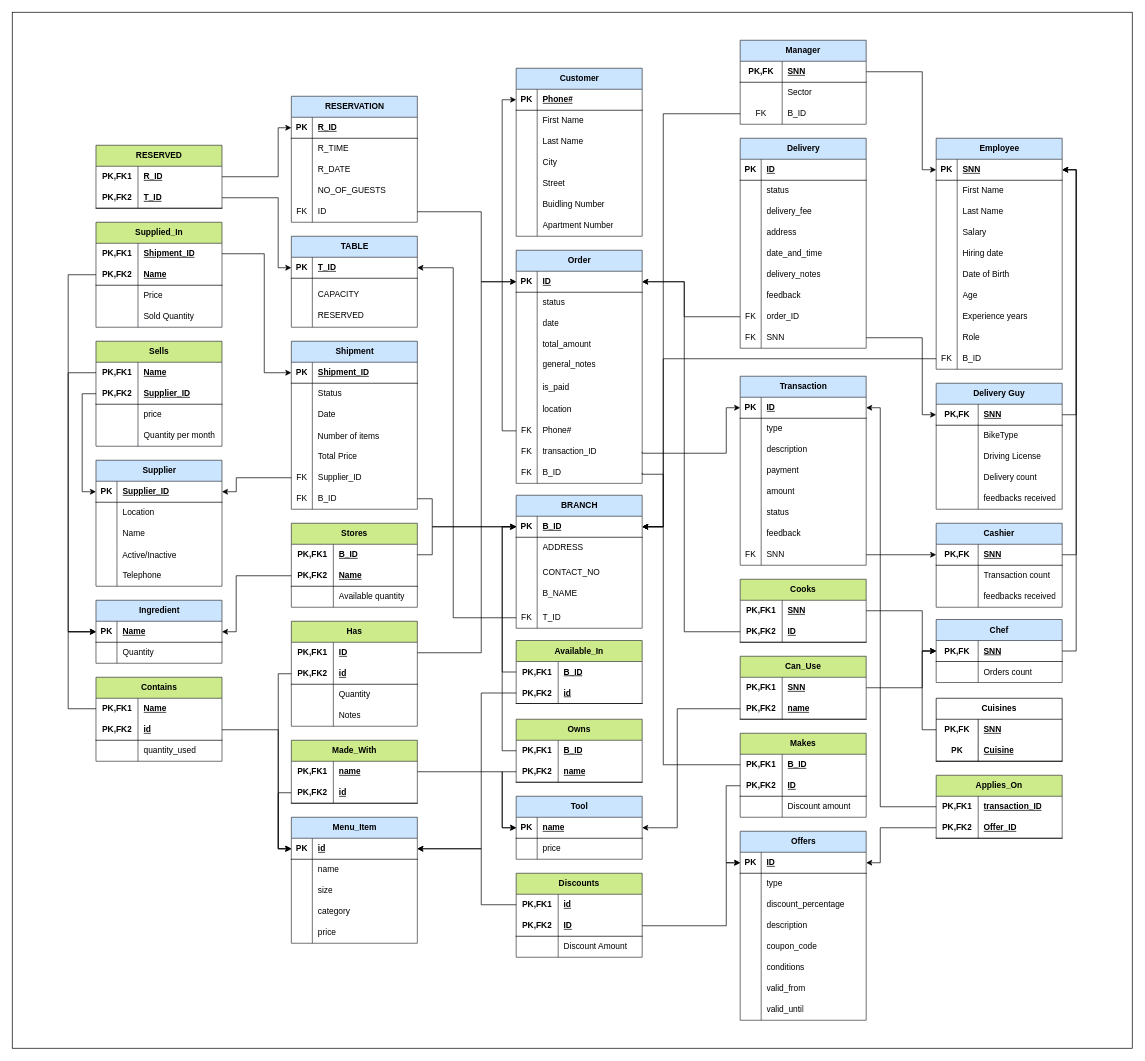
Earlier version of the draw.io diagram relational_model.drawio (Deadreyo/Restaurant-Franchise-SQL-Database). Source tidied: cells renumbered, new cells numbered last; positions are measured from the earlier drawing's top-left corner, leaving out a move shared by most shapes. Both pictures are drawn from the tidied source at 70%, with x=0, y=0 at pixel (12, 12).
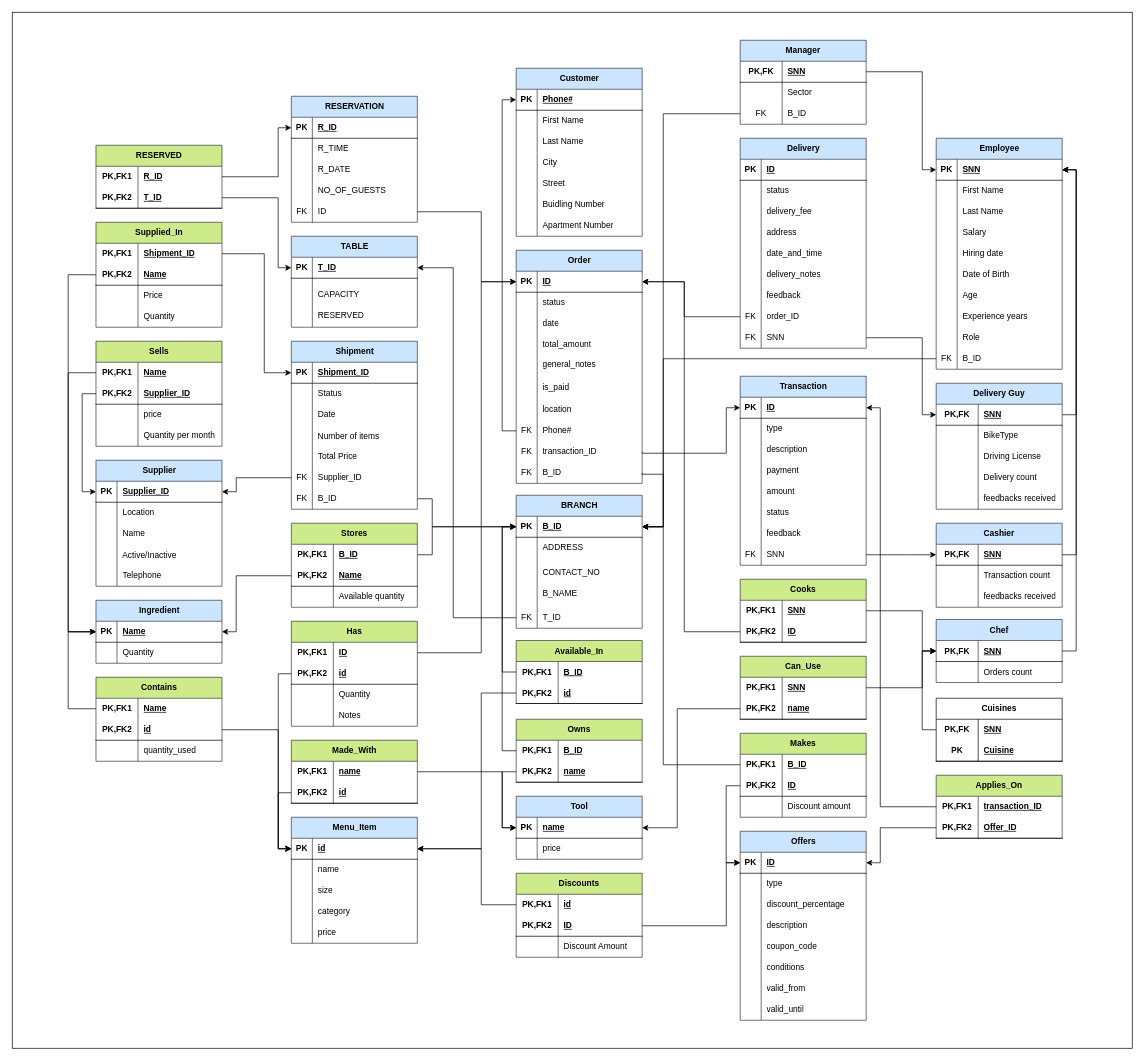
The same diagram, later.

Unchanged cells that the change refers to:
```xml
<mxCell id="44" style="shape=tableRow;horizontal=0;startSize=0;swimlaneHead=0;swimlaneBody=0;fillColor=none;top=0;left=0;right=0;bottom=0;html=1;" parent="34" vertex="1">
  <mxGeometry y="120" width="180" height="30" as="geometry" />
</mxCell>
```

Change to the diagram source:
```diff
@@
-    <mxCell id="46" value="Sold Quantity" style="shape=partialRectangle;fillColor=none;top=0;left=0;bottom=0;right=0;align=left;spacingLeft=6;overflow=hidden;html=1;whiteSpace=wrap;" parent="44" vertex="1">
+    <mxCell id="46" value="&lt;div&gt;&lt;span style=&quot;background-color: initial;&quot;&gt;Quantity&lt;/span&gt;&lt;br&gt;&lt;/div&gt;" style="shape=partialRectangle;fillColor=none;top=0;left=0;bottom=0;right=0;align=left;spacingLeft=6;overflow=hidden;html=1;whiteSpace=wrap;" parent="44" vertex="1">
       <mxGeometry x="60" width="120" height="30" as="geometry" />
     </mxCell>
```
